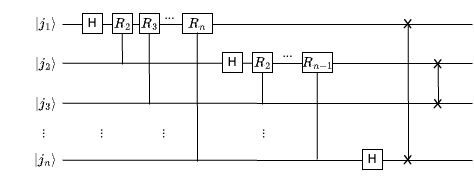
Before: assets/qft-breakdown.png, a diagram exported from draw.io (abrege11/quantum-algorithm-education). Source tidied: cells renumbered, new cells last; positions are measured from the earlier drawing's top-left corner, leaving out a move shared by most shapes.
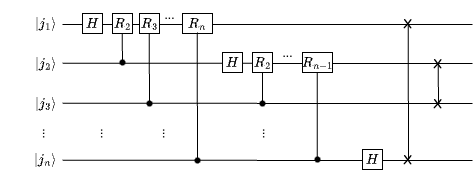
After the change.

Diff of the diagram source:
```diff
@@ -41,7 +41,7 @@
     <mxCell id="10" value="..." style="text;html=1;align=center;verticalAlign=middle;strokeColor=none;fillColor=none;rotation=90;" parent="1" vertex="1">
       <mxGeometry x="32" y="118" width="30" height="30" as="geometry" />
     </mxCell>
-    <mxCell id="11" value="H" style="whiteSpace=wrap;html=1;" parent="1" vertex="1">
+    <mxCell id="11" value="$$H$$" style="whiteSpace=wrap;html=1;" parent="1" vertex="1">
       <mxGeometry x="82" y="13" width="20" height="20" as="geometry" />
     </mxCell>
     <mxCell id="12" value="$$R_2$$" style="whiteSpace=wrap;html=1;" parent="1" vertex="1">
@@ -56,7 +56,7 @@
     <mxCell id="15" value="$$R_3$$" style="whiteSpace=wrap;html=1;" parent="1" vertex="1">
       <mxGeometry x="139" y="13" width="20" height="20" as="geometry" />
     </mxCell>
-    <mxCell id="16" value="H" style="whiteSpace=wrap;html=1;" parent="1" vertex="1">
+    <mxCell id="16" value="$$H$$" style="whiteSpace=wrap;html=1;" parent="1" vertex="1">
       <mxGeometry x="222" y="52" width="20" height="20" as="geometry" />
     </mxCell>
     <mxCell id="17" value="$$R_2$$" style="whiteSpace=wrap;html=1;" parent="1" vertex="1">
@@ -77,7 +77,7 @@
     <mxCell id="22" value="..." style="text;html=1;align=center;verticalAlign=middle;strokeColor=none;fillColor=none;rotation=90;" parent="1" vertex="1">
       <mxGeometry x="152" y="118" width="30" height="30" as="geometry" />
     </mxCell>
-    <mxCell id="23" value="H" style="whiteSpace=wrap;html=1;" parent="1" vertex="1">
+    <mxCell id="23" value="$$H$$" style="whiteSpace=wrap;html=1;" parent="1" vertex="1">
       <mxGeometry x="362" y="149" width="20" height="20" as="geometry" />
     </mxCell>
     <mxCell id="24" value="&lt;font face=&quot;Comic Sans MS&quot;&gt;X&lt;/font&gt;" style="text;html=1;align=center;verticalAlign=middle;strokeColor=none;fillColor=none;" parent="1" vertex="1">
@@ -134,5 +134,20 @@
         <mxPoint x="316.7" y="72" as="targetPoint" />
       </mxGeometry>
     </mxCell>
+    <mxCell id="35" style="shape=waypoint;sketch=0;fillStyle=solid;size=6;fillColor=none;perimeter=centerPerimeter;" parent="1" vertex="1">
+      <mxGeometry x="112" y="52" width="20" height="20" as="geometry" />
+    </mxCell>
+    <mxCell id="36" style="shape=waypoint;sketch=0;fillStyle=solid;size=6;fillColor=none;perimeter=centerPerimeter;" parent="1" vertex="1">
+      <mxGeometry x="139" y="93" width="20" height="20" as="geometry" />
+    </mxCell>
+    <mxCell id="37" style="shape=waypoint;sketch=0;fillStyle=solid;size=6;fillColor=none;perimeter=centerPerimeter;" parent="1" vertex="1">
+      <mxGeometry x="187" y="150" width="20" height="20" as="geometry" />
+    </mxCell>
+    <mxCell id="38" style="shape=waypoint;sketch=0;fillStyle=solid;size=6;fillColor=none;perimeter=centerPerimeter;" parent="1" vertex="1">
+      <mxGeometry x="252" y="93" width="20" height="20" as="geometry" />
+    </mxCell>
+    <mxCell id="39" style="shape=waypoint;sketch=0;fillStyle=solid;size=6;fillColor=none;perimeter=centerPerimeter;" parent="1" vertex="1">
+      <mxGeometry x="307" y="149" width="20" height="20" as="geometry" />
+    </mxCell>
   </root>
 </mxGraphModel>
```
